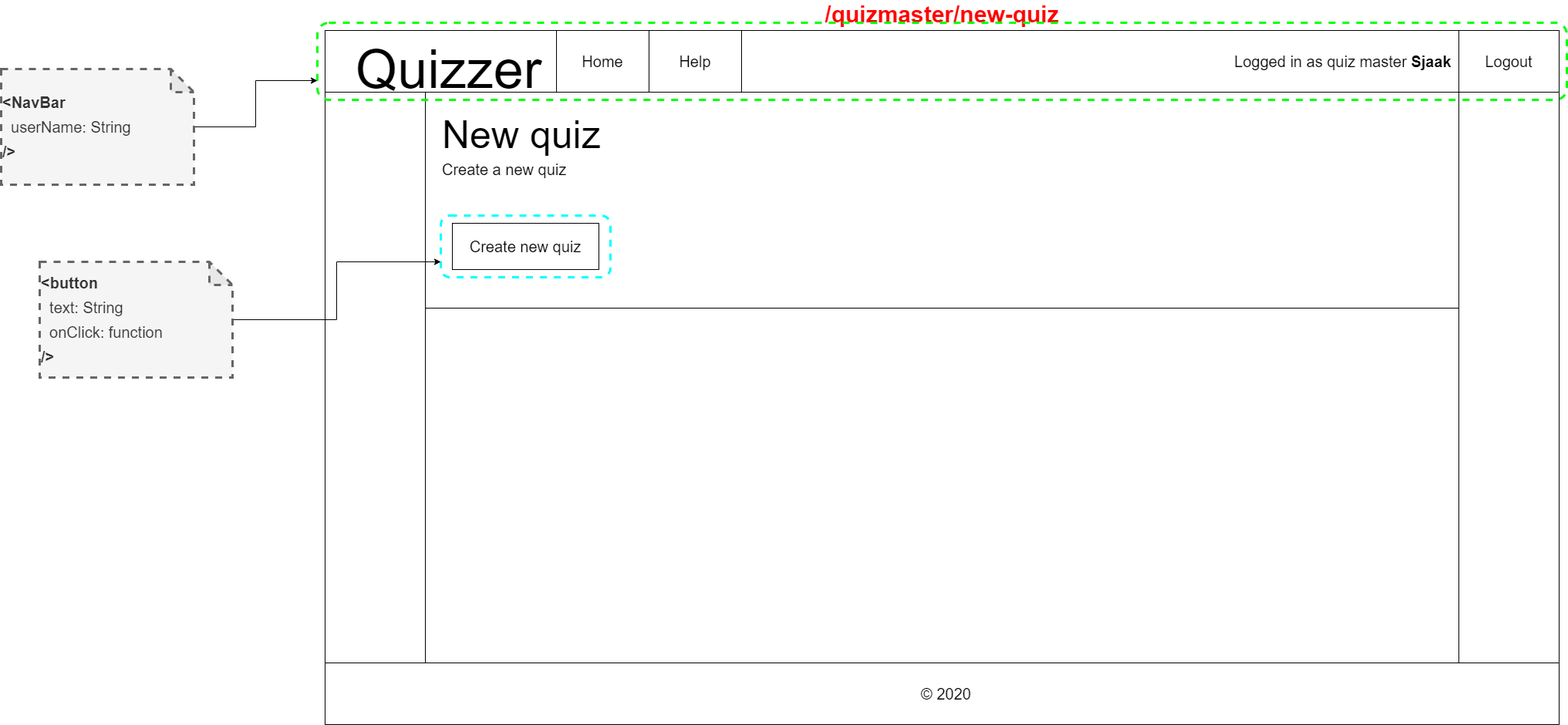
Earlier version of the draw.io export docs/wireframes-with-react-components/quizmaster-new-quiz.png (IkBenDeSjaak/Quizzer). Source tidied: cells renumbered, new cells last; positions are measured from the earlier drawing's top-left corner, leaving out a move shared by most shapes.
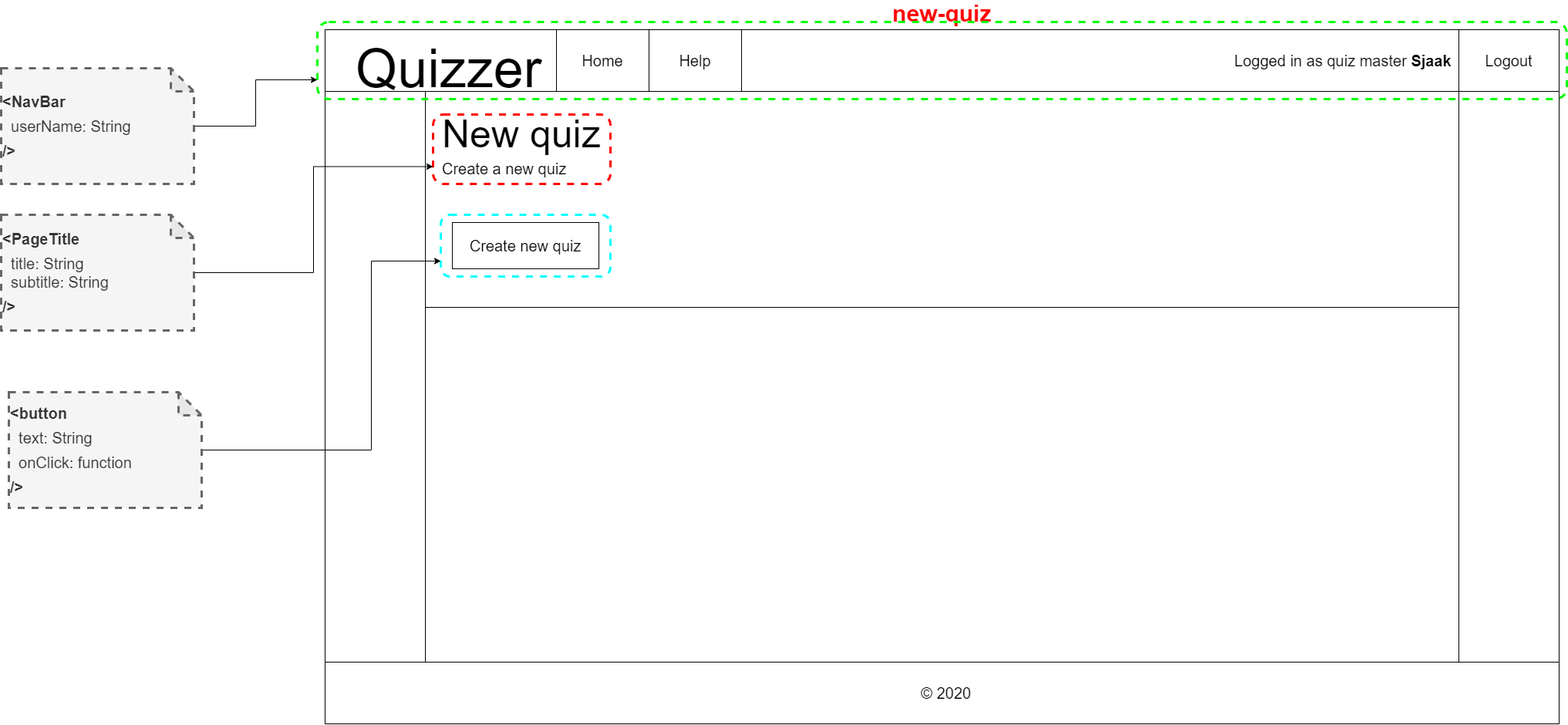
The same diagram one commit later.

The edit, as a diff of the source:
```diff
@@ -5,7 +5,7 @@
     <mxCell id="2" style="group;" parent="1" vertex="1">
       <mxGeometry x="420" y="10" width="1610" height="900" as="geometry" />
     </mxCell>
-    <mxCell id="3" value="/quizmaster/new-quiz" style="rounded=0;whiteSpace=wrap;html=1;labelPosition=center;verticalLabelPosition=top;align=center;verticalAlign=bottom;fontStyle=1;fontSize=30;fontColor=#FF0000;" parent="2" vertex="1">
+    <mxCell id="3" value="new-quiz" style="rounded=0;whiteSpace=wrap;html=1;labelPosition=center;verticalLabelPosition=top;align=center;verticalAlign=bottom;fontStyle=1;fontSize=30;fontColor=#FF0000;" parent="2" vertex="1">
       <mxGeometry width="1600" height="900" as="geometry" />
     </mxCell>
     <mxCell id="4" style="rounded=0;whiteSpace=wrap;html=1;" parent="2" vertex="1">
@@ -53,6 +53,9 @@
     <mxCell id="18" style="rounded=1;whiteSpace=wrap;html=1;dashed=1;strokeWidth=3;fillColor=none;strokeColor=#00FFFF;" parent="2" vertex="1">
       <mxGeometry x="150" y="240" width="220" height="80" as="geometry" />
     </mxCell>
+    <mxCell id="23" style="rounded=1;whiteSpace=wrap;html=1;dashed=1;strokeWidth=3;fillColor=none;strokeColor=#FF0000;" parent="2" vertex="1">
+      <mxGeometry x="140" y="110" width="230" height="90" as="geometry" />
+    </mxCell>
     <mxCell id="19" style="edgeStyle=orthogonalEdgeStyle;rounded=0;jettySize=auto;html=1;entryX=0;entryY=0.75;entryDx=0;entryDy=0;" parent="1" edge="1" source="20" target="17">
       <mxGeometry relative="1" as="geometry" />
     </mxCell>
@@ -60,10 +63,21 @@
       <mxGeometry y="60" width="250" height="150" as="geometry" />
     </mxCell>
     <mxCell id="21" style="edgeStyle=orthogonalEdgeStyle;rounded=0;jettySize=auto;html=1;entryX=0;entryY=0.75;entryDx=0;entryDy=0;fontColor=#000000;" parent="1" edge="1" source="22" target="18">
-      <mxGeometry relative="1" as="geometry" />
+      <mxGeometry relative="1" as="geometry">
+        <Array as="points">
+          <mxPoint x="480" y="555" />
+          <mxPoint x="480" y="310" />
+        </Array>
+      </mxGeometry>
     </mxCell>
     <mxCell id="22" value="&lt;b style=&quot;color: rgb(51 , 51 , 51) ; font-size: 20px&quot;&gt;&amp;lt;button&lt;/b&gt;&lt;br style=&quot;color: rgb(51 , 51 , 51) ; font-size: 20px&quot;&gt;&lt;span style=&quot;color: rgb(51 , 51 , 51) ; font-size: 20px&quot;&gt;&amp;nbsp; text: String&lt;/span&gt;&lt;br style=&quot;color: rgb(51 , 51 , 51) ; font-size: 20px&quot;&gt;&lt;span style=&quot;color: rgb(51 , 51 , 51) ; font-size: 20px&quot;&gt;&amp;nbsp; onClick: function&lt;/span&gt;&lt;br style=&quot;color: rgb(51 , 51 , 51) ; font-size: 20px&quot;&gt;&lt;b style=&quot;color: rgb(51 , 51 , 51) ; font-size: 20px&quot;&gt;/&amp;gt;&lt;/b&gt;" style="shape=note;whiteSpace=wrap;html=1;backgroundOutline=1;darkOpacity=0.05;dashed=1;strokeWidth=3;fillColor=#f5f5f5;align=left;strokeColor=#666666;fontColor=#333333;" parent="1" vertex="1">
-      <mxGeometry x="50" y="310" width="250" height="150" as="geometry" />
+      <mxGeometry x="10" y="480" width="250" height="150" as="geometry" />
     </mxCell>
+    <mxCell id="24" style="edgeStyle=orthogonalEdgeStyle;rounded=0;jettySize=auto;html=1;entryX=0;entryY=0.75;entryDx=0;entryDy=0;" parent="1" edge="1" source="25" target="23">
+      <mxGeometry relative="1" as="geometry" />
+    </mxCell>
+    <mxCell id="25" value="&lt;b style=&quot;color: rgb(51 , 51 , 51) ; font-size: 20px&quot;&gt;&amp;lt;PageTitle&lt;/b&gt;&lt;br style=&quot;color: rgb(51 , 51 , 51) ; font-size: 20px&quot;&gt;&lt;span style=&quot;color: rgb(51 , 51 , 51) ; font-size: 20px&quot;&gt;&amp;nbsp; title: String&lt;br&gt;&amp;nbsp; subtitle: String&amp;nbsp;&amp;nbsp;&lt;/span&gt;&lt;br style=&quot;color: rgb(51 , 51 , 51) ; font-size: 20px&quot;&gt;&lt;b style=&quot;color: rgb(51 , 51 , 51) ; font-size: 20px&quot;&gt;/&amp;gt;&lt;/b&gt;" style="shape=note;whiteSpace=wrap;html=1;backgroundOutline=1;darkOpacity=0.05;dashed=1;strokeWidth=3;fillColor=#f5f5f5;align=left;strokeColor=#666666;fontColor=#333333;" parent="1" vertex="1">
+      <mxGeometry y="250" width="250" height="150" as="geometry" />
+    </mxCell>
   </root>
 </mxGraphModel>
```
